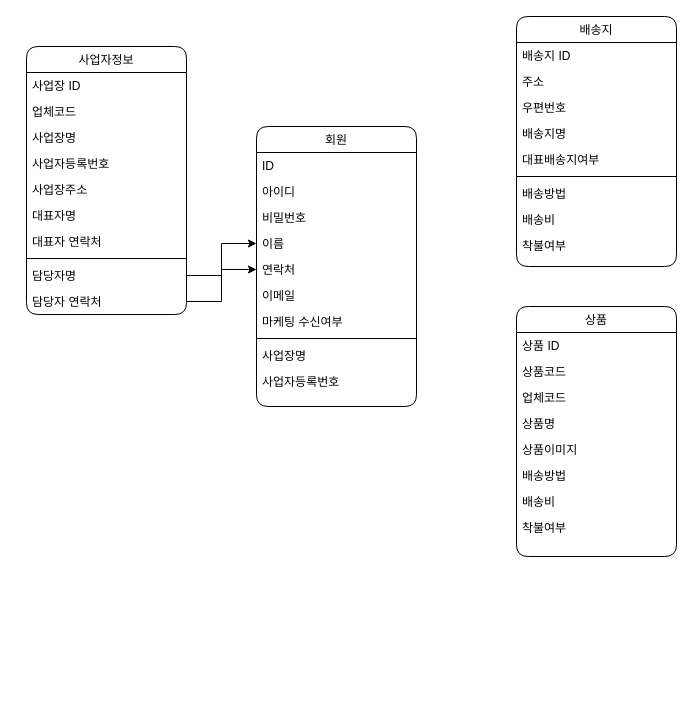
The draw.io diagram client/src/store/제목 없는 다이어그램.drawio in jenny-han/jjegot-cafe24, before the edit. Source tidied: cells renumbered, new cells numbered last; positions are measured from the earlier drawing's top-left corner, leaving out a move shared by most shapes. Both pictures are drawn from the tidied source at 100%, with x=0, y=0 at pixel (26, 16).
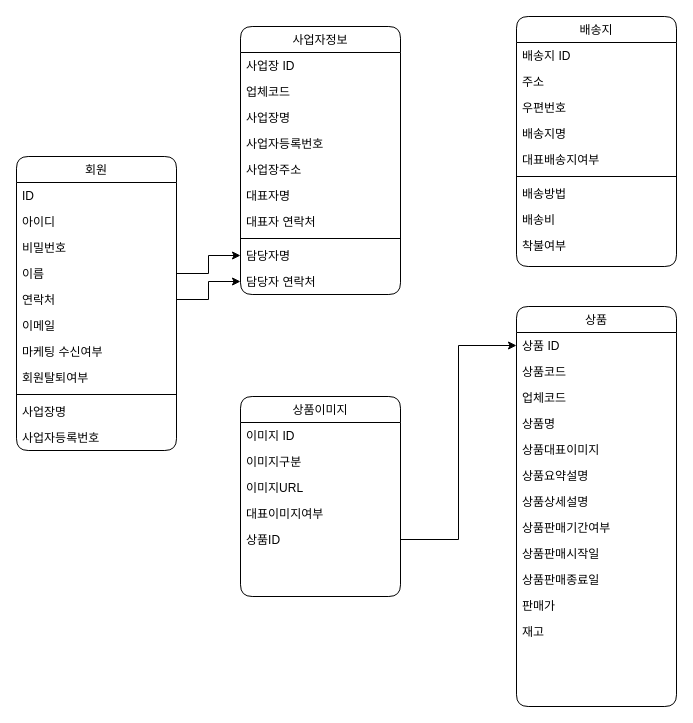
After the change.

Commit message (it also covers changes not shown here):
제목 없는 다이어그램.drawio 업데이트

Unchanged cells that the change refers to:
```xml
<mxCell id="6" value="이름" style="text;align=left;verticalAlign=top;spacingLeft=4;spacingRight=4;overflow=hidden;points=[[0,0.5],[1,0.5]];portConstraint=eastwest;rounded=1;labelBackgroundColor=none;" parent="2" vertex="1">
  <mxGeometry y="104" width="160" height="26" as="geometry" />
</mxCell>
<mxCell id="7" value="연락처" style="text;align=left;verticalAlign=top;spacingLeft=4;spacingRight=4;overflow=hidden;points=[[0,0.5],[1,0.5]];portConstraint=eastwest;rounded=1;shadow=0;html=0;labelBackgroundColor=none;" parent="2" vertex="1">
  <mxGeometry y="130" width="160" height="26" as="geometry" />
</mxCell>
<mxCell id="32" value="담당자명" style="text;align=left;verticalAlign=top;spacingLeft=4;spacingRight=4;overflow=hidden;points=[[0,0.5],[1,0.5]];portConstraint=eastwest;rounded=1;labelBackgroundColor=none;" parent="23" vertex="1">
  <mxGeometry y="216" width="160" height="26" as="geometry" />
</mxCell>
<mxCell id="33" value="담당자 연락처" style="text;align=left;verticalAlign=top;spacingLeft=4;spacingRight=4;overflow=hidden;points=[[0,0.5],[1,0.5]];portConstraint=eastwest;rounded=1;labelBackgroundColor=none;" parent="23" vertex="1">
  <mxGeometry y="242" width="160" height="26" as="geometry" />
</mxCell>
<mxCell id="37" value="상품 ID" style="text;align=left;verticalAlign=top;spacingLeft=4;spacingRight=4;overflow=hidden;points=[[0,0.5],[1,0.5]];portConstraint=eastwest;rounded=1;labelBackgroundColor=none;" parent="36" vertex="1">
  <mxGeometry y="26" width="160" height="26" as="geometry" />
</mxCell>
```

The edit, as a diff of the source:
```diff
@@
     <mxCell id="2" value="회원" style="swimlane;fontStyle=0;align=center;verticalAlign=top;horizontal=1;startSize=26;rounded=1;shadow=0;strokeWidth=1;labelBackgroundColor=none;" parent="1" vertex="1">
-      <mxGeometry x="230" y="110" width="160" height="280" as="geometry" />
+      <mxGeometry x="-10" y="140" width="160" height="294" as="geometry" />
     </mxCell>
@@
+    <mxCell id="45" value="회원탈퇴여부" style="text;align=left;verticalAlign=top;spacingLeft=4;spacingRight=4;overflow=hidden;rounded=1;labelBackgroundColor=none;" parent="2" vertex="1">
+      <mxGeometry y="208" width="160" height="26" as="geometry" />
+    </mxCell>
     <mxCell id="10" style="line;html=1;strokeWidth=1;align=left;verticalAlign=middle;spacingTop=-1;spacingLeft=3;spacingRight=3;labelPosition=right;rounded=1;labelBackgroundColor=none;" parent="2" vertex="1">
-      <mxGeometry y="208" width="160" height="8" as="geometry" />
+      <mxGeometry y="234" width="160" height="8" as="geometry" />
     </mxCell>
     <mxCell id="11" value="사업장명" style="text;align=left;verticalAlign=top;spacingLeft=4;spacingRight=4;overflow=hidden;rounded=1;labelBackgroundColor=none;" parent="2" vertex="1">
-      <mxGeometry y="216" width="160" height="26" as="geometry" />
+      <mxGeometry y="242" width="160" height="26" as="geometry" />
     </mxCell>
     <mxCell id="12" value="사업자등록번호" style="text;align=left;verticalAlign=top;spacingLeft=4;spacingRight=4;overflow=hidden;rounded=1;labelBackgroundColor=none;" parent="2" vertex="1">
-      <mxGeometry y="242" width="160" height="26" as="geometry" />
+      <mxGeometry y="268" width="160" height="26" as="geometry" />
     </mxCell>
@@
     <mxCell id="23" value="사업자정보" style="swimlane;fontStyle=0;align=center;verticalAlign=top;horizontal=1;startSize=26;rounded=1;shadow=0;strokeWidth=1;labelBackgroundColor=none;" parent="1" vertex="1">
-      <mxGeometry y="30" width="160" height="268" as="geometry" />
+      <mxGeometry x="214" y="10" width="160" height="268" as="geometry" />
     </mxCell>
@@
-    <mxCell id="34" style="edgeStyle=orthogonalEdgeStyle;rounded=0;jettySize=auto;html=1;exitX=1;exitY=0.5;exitDx=0;exitDy=0;entryX=0;entryY=0.5;entryDx=0;entryDy=0;" parent="1" edge="1" source="32" target="6">
-      <mxGeometry relative="1" as="geometry" />
-    </mxCell>
-    <mxCell id="35" style="edgeStyle=orthogonalEdgeStyle;rounded=0;jettySize=auto;html=1;exitX=1;exitY=0.5;exitDx=0;exitDy=0;entryX=0;entryY=0.5;entryDx=0;entryDy=0;" parent="1" edge="1" source="33" target="7">
-      <mxGeometry relative="1" as="geometry" />
-    </mxCell>
     <mxCell id="36" value="상품" style="swimlane;fontStyle=0;align=center;verticalAlign=top;horizontal=1;startSize=26;rounded=1;shadow=0;strokeWidth=1;labelBackgroundColor=none;" parent="1" vertex="1">
-      <mxGeometry x="490" y="290" width="160" height="250" as="geometry" />
+      <mxGeometry x="490" y="290" width="160" height="400" as="geometry" />
     </mxCell>
@@
-    <mxCell id="41" value="상품이미지" style="text;align=left;verticalAlign=top;spacingLeft=4;spacingRight=4;overflow=hidden;rounded=1;shadow=0;html=0;labelBackgroundColor=none;" parent="36" vertex="1">
+    <mxCell id="41" value="상품대표이미지" style="text;align=left;verticalAlign=top;spacingLeft=4;spacingRight=4;overflow=hidden;rounded=1;shadow=0;html=0;labelBackgroundColor=none;" parent="36" vertex="1">
       <mxGeometry y="130" width="160" height="26" as="geometry" />
     </mxCell>
-    <mxCell id="42" value="배송방법" style="text;align=left;verticalAlign=top;spacingLeft=4;spacingRight=4;overflow=hidden;rounded=1;labelBackgroundColor=none;" parent="36" vertex="1">
+    <mxCell id="42" value="상품요약설명" style="text;align=left;verticalAlign=top;spacingLeft=4;spacingRight=4;overflow=hidden;rounded=1;labelBackgroundColor=none;" parent="36" vertex="1">
       <mxGeometry y="156" width="160" height="26" as="geometry" />
     </mxCell>
-    <mxCell id="43" value="배송비" style="text;align=left;verticalAlign=top;spacingLeft=4;spacingRight=4;overflow=hidden;rounded=1;labelBackgroundColor=none;" parent="36" vertex="1">
+    <mxCell id="43" value="상품상세설명" style="text;align=left;verticalAlign=top;spacingLeft=4;spacingRight=4;overflow=hidden;rounded=1;labelBackgroundColor=none;" parent="36" vertex="1">
       <mxGeometry y="182" width="160" height="26" as="geometry" />
     </mxCell>
-    <mxCell id="44" value="착불여부" style="text;align=left;verticalAlign=top;spacingLeft=4;spacingRight=4;overflow=hidden;rounded=1;labelBackgroundColor=none;" parent="36" vertex="1">
+    <mxCell id="44" value="상품판매기간여부" style="text;align=left;verticalAlign=top;spacingLeft=4;spacingRight=4;overflow=hidden;rounded=1;labelBackgroundColor=none;" parent="36" vertex="1">
       <mxGeometry y="208" width="160" height="26" as="geometry" />
     </mxCell>
+    <mxCell id="46" value="상품판매시작일" style="text;align=left;verticalAlign=top;spacingLeft=4;spacingRight=4;overflow=hidden;rounded=1;labelBackgroundColor=none;" parent="36" vertex="1">
+      <mxGeometry y="234" width="160" height="26" as="geometry" />
+    </mxCell>
+    <mxCell id="47" value="상품판매종료일" style="text;align=left;verticalAlign=top;spacingLeft=4;spacingRight=4;overflow=hidden;rounded=1;labelBackgroundColor=none;" parent="36" vertex="1">
+      <mxGeometry y="260" width="160" height="26" as="geometry" />
+    </mxCell>
+    <mxCell id="48" value="판매가&#10;" style="text;align=left;verticalAlign=top;spacingLeft=4;spacingRight=4;overflow=hidden;rounded=1;labelBackgroundColor=none;" parent="36" vertex="1">
+      <mxGeometry y="286" width="160" height="26" as="geometry" />
+    </mxCell>
+    <mxCell id="49" value="재고&#10;" style="text;align=left;verticalAlign=top;spacingLeft=4;spacingRight=4;overflow=hidden;rounded=1;labelBackgroundColor=none;" parent="36" vertex="1">
+      <mxGeometry y="312" width="160" height="26" as="geometry" />
+    </mxCell>
+    <mxCell id="50" value="&#10;" style="text;align=left;verticalAlign=top;spacingLeft=4;spacingRight=4;overflow=hidden;rounded=1;labelBackgroundColor=none;" parent="36" vertex="1">
+      <mxGeometry y="338" width="160" height="26" as="geometry" />
+    </mxCell>
+    <mxCell id="51" value="상품이미지" style="swimlane;fontStyle=0;align=center;verticalAlign=top;horizontal=1;startSize=26;rounded=1;shadow=0;strokeWidth=1;labelBackgroundColor=none;" parent="1" vertex="1">
+      <mxGeometry x="214" y="380" width="160" height="200" as="geometry" />
+    </mxCell>
+    <mxCell id="52" value="이미지 ID" style="text;align=left;verticalAlign=top;spacingLeft=4;spacingRight=4;overflow=hidden;rounded=1;labelBackgroundColor=none;" parent="51" vertex="1">
+      <mxGeometry y="26" width="160" height="26" as="geometry" />
+    </mxCell>
+    <mxCell id="53" value="이미지구분" style="text;align=left;verticalAlign=top;spacingLeft=4;spacingRight=4;overflow=hidden;rounded=1;shadow=0;html=0;labelBackgroundColor=none;" parent="51" vertex="1">
+      <mxGeometry y="52" width="160" height="26" as="geometry" />
+    </mxCell>
+    <mxCell id="54" value="이미지URL" style="text;align=left;verticalAlign=top;spacingLeft=4;spacingRight=4;overflow=hidden;rounded=1;shadow=0;html=0;labelBackgroundColor=none;" parent="51" vertex="1">
+      <mxGeometry y="78" width="160" height="26" as="geometry" />
+    </mxCell>
+    <mxCell id="55" value="대표이미지여부" style="text;align=left;verticalAlign=top;spacingLeft=4;spacingRight=4;overflow=hidden;rounded=1;shadow=0;html=0;labelBackgroundColor=none;" parent="51" vertex="1">
+      <mxGeometry y="104" width="160" height="26" as="geometry" />
+    </mxCell>
+    <mxCell id="56" value="상품ID" style="text;align=left;verticalAlign=top;spacingLeft=4;spacingRight=4;overflow=hidden;points=[[0,0.5],[1,0.5]];portConstraint=eastwest;rounded=1;shadow=0;html=0;labelBackgroundColor=none;" parent="51" vertex="1">
+      <mxGeometry y="130" width="160" height="26" as="geometry" />
+    </mxCell>
+    <mxCell id="57" style="edgeStyle=orthogonalEdgeStyle;rounded=0;jettySize=auto;html=1;exitX=1;exitY=0.5;exitDx=0;exitDy=0;entryX=0;entryY=0.5;entryDx=0;entryDy=0;" parent="1" edge="1" source="56" target="37">
+      <mxGeometry relative="1" as="geometry" />
+    </mxCell>
+    <mxCell id="58" style="edgeStyle=orthogonalEdgeStyle;rounded=0;jettySize=auto;html=1;exitX=1;exitY=0.5;exitDx=0;exitDy=0;entryX=0;entryY=0.5;entryDx=0;entryDy=0;" parent="1" edge="1" source="6" target="32">
+      <mxGeometry relative="1" as="geometry" />
+    </mxCell>
+    <mxCell id="59" style="edgeStyle=orthogonalEdgeStyle;rounded=0;jettySize=auto;html=1;exitX=1;exitY=0.5;exitDx=0;exitDy=0;" parent="1" edge="1" source="7" target="33">
+      <mxGeometry relative="1" as="geometry" />
+    </mxCell>
```
